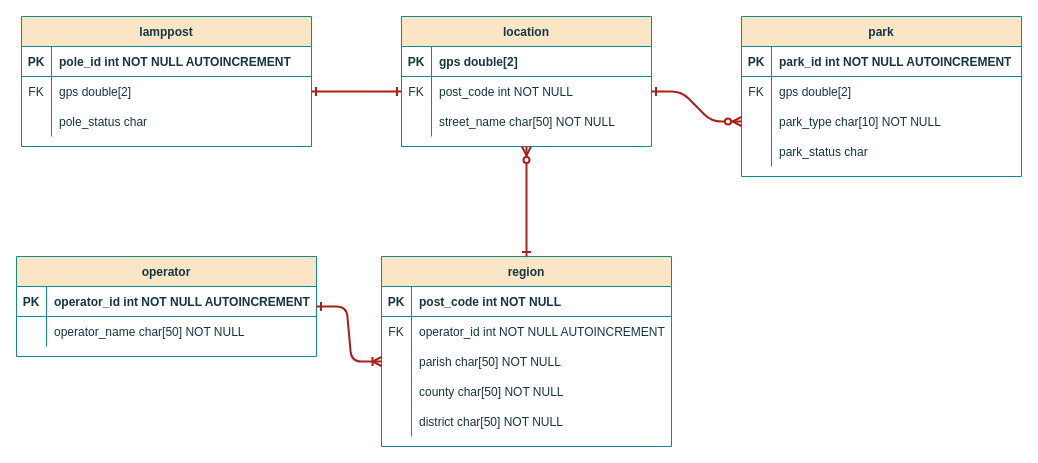
This is project/report/flowcharts/DataBase.drawio from ESRGgroup9/slipad, a draw.io file, before an edit. Source tidied: cells renumbered, new cells numbered last; positions are measured from the earlier drawing's top-left corner, leaving out a move shared by most shapes. Both pictures are drawn from the tidied source at 100%, with x=0, y=0 at pixel (16, 16).
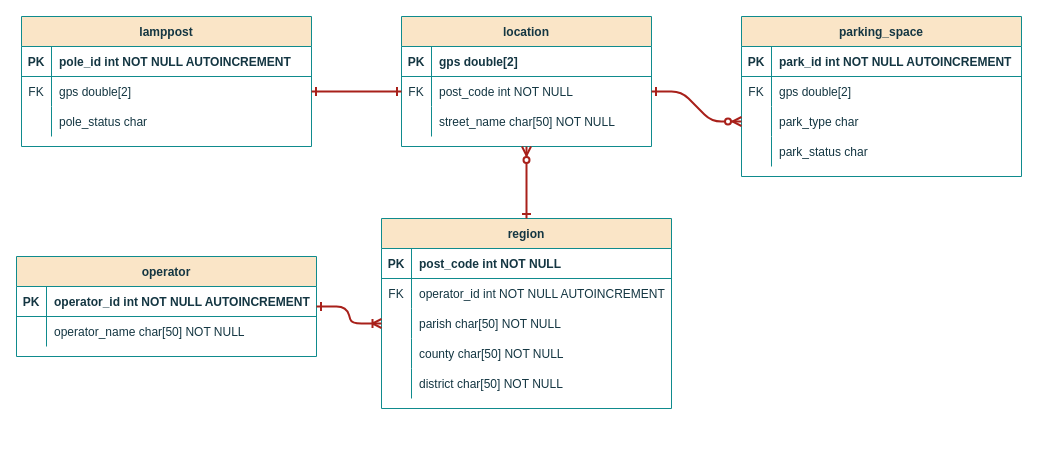
After the change.

Unchanged cells that the change refers to:
```xml
<mxCell id="52" style="shape=partialRectangle;fillColor=none;top=0;left=0;bottom=0;right=0;points=[[0,0.5],[1,0.5]];portConstraint=eastwest;strokeColor=#0F8B8D;fontColor=#143642;" parent="45" vertex="1">
  <mxGeometry y="90" width="280" height="30" as="geometry" />
</mxCell>
```

Diff of the diagram source:
```diff
@@
     <mxCell id="22" value="region" style="shape=table;startSize=30;childLayout=tableLayout;rowLines=0;fontStyle=1;align=center;fillColor=#FAE5C7;strokeColor=#0F8B8D;fontColor=#143642;" parent="1" vertex="1">
-      <mxGeometry x="365" y="240" width="290" height="190" as="geometry" />
+      <mxGeometry x="365" y="202" width="290" height="190" as="geometry" />
     </mxCell>
@@
-    <mxCell id="45" value="park" style="shape=table;startSize=30;childLayout=tableLayout;rowLines=0;fontStyle=1;align=center;fillColor=#FAE5C7;strokeColor=#0F8B8D;fontColor=#143642;" parent="1" vertex="1">
+    <mxCell id="45" value="parking_space" style="shape=table;startSize=30;childLayout=tableLayout;rowLines=0;fontStyle=1;align=center;fillColor=#FAE5C7;strokeColor=#0F8B8D;fontColor=#143642;" parent="1" vertex="1">
       <mxGeometry x="725" width="280" height="160" as="geometry" />
     </mxCell>
@@
-    <mxCell id="54" value="park_type char[10] NOT NULL" style="shape=partialRectangle;fillColor=none;top=0;left=0;bottom=0;right=0;align=left;spacingLeft=6;fontStyle=0;overflow=hidden;strokeColor=#0F8B8D;fontColor=#143642;" parent="52" vertex="1">
+    <mxCell id="54" value="park_type char" style="shape=partialRectangle;fillColor=none;top=0;left=0;bottom=0;right=0;align=left;spacingLeft=6;fontStyle=0;overflow=hidden;strokeColor=#0F8B8D;fontColor=#143642;" parent="52" vertex="1">
       <mxGeometry x="30" width="250" height="30" as="geometry" />
     </mxCell>
```
